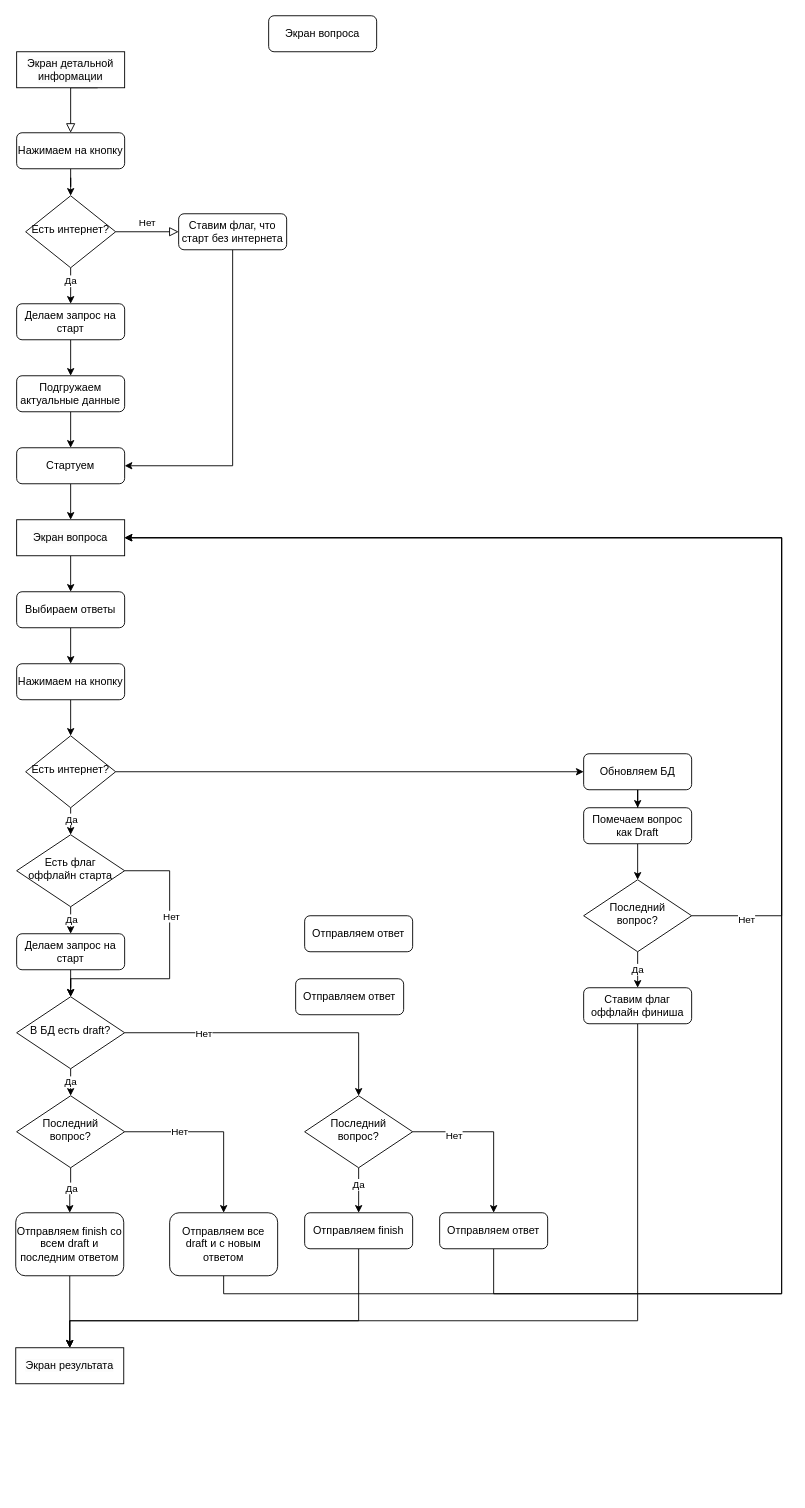
This is Диаграмма без названия.drawio from battisq/offline_flow, a draw.io file, before an edit. Source tidied: cells renumbered, new cells numbered last; positions are measured from the earlier drawing's top-left corner, leaving out a move shared by most shapes. Both pictures are drawn from the tidied source at 90%, with x=0, y=0 at pixel (15, 15).
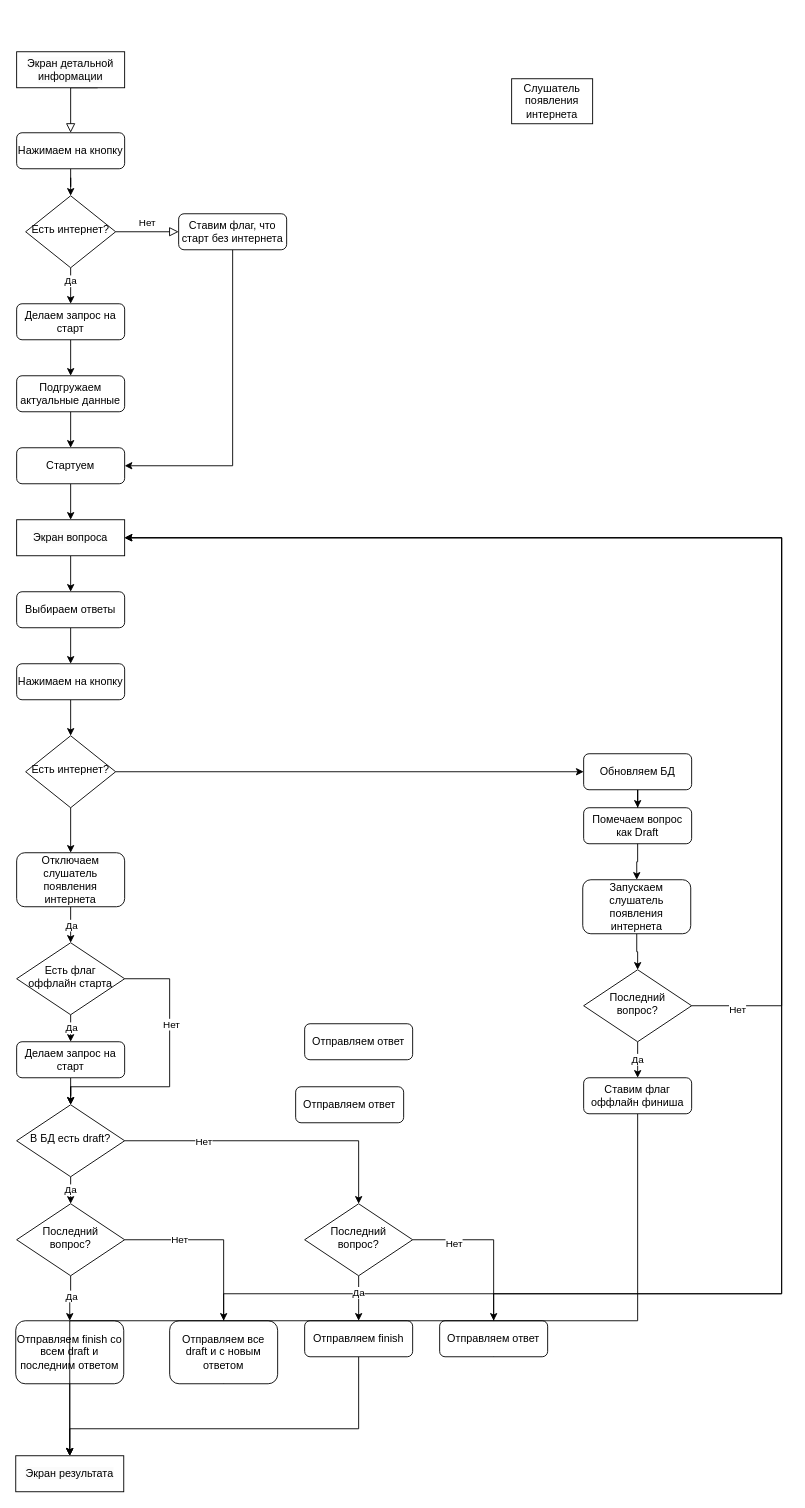
After the change.

Unchanged cells that the change refers to:
```xml
<mxCell id="16" value="&lt;span style=&quot;color: rgb(0, 0, 0); font-family: Helvetica; font-size: 12px; font-style: normal; font-variant-ligatures: normal; font-variant-caps: normal; font-weight: 400; letter-spacing: normal; orphans: 2; text-align: center; text-indent: 0px; text-transform: none; widows: 2; word-spacing: 0px; -webkit-text-stroke-width: 0px; background-color: rgb(251, 251, 251); text-decoration-thickness: initial; text-decoration-style: initial; text-decoration-color: initial; float: none; display: inline !important;&quot;&gt;Экран вопроса&lt;/span&gt;" style="rounded=0;whiteSpace=wrap;html=1;" parent="1" vertex="1">
  <mxGeometry x="1" y="560" width="120" height="40" as="geometry" />
</mxCell>
<mxCell id="28" value="Есть интернет?" style="rhombus;whiteSpace=wrap;html=1;shadow=0;fontFamily=Helvetica;fontSize=12;align=center;strokeWidth=1;spacing=6;spacingTop=-4;" parent="1" vertex="1">
  <mxGeometry x="11" y="800" width="100" height="80" as="geometry" />
</mxCell>
<mxCell id="33" value="Помечаем вопрос как Draft" style="rounded=1;whiteSpace=wrap;html=1;fontSize=12;glass=0;strokeWidth=1;shadow=0;" parent="1" vertex="1">
  <mxGeometry x="631" y="880" width="120" height="40" as="geometry" />
</mxCell>
```

Diff of the diagram source:
```diff
@@
-    <mxCell id="3" value="Экран вопроса" style="rounded=1;whiteSpace=wrap;html=1;fontSize=12;glass=0;strokeWidth=1;shadow=0;" parent="1" vertex="1">
-      <mxGeometry x="281" width="120" height="40" as="geometry" />
-    </mxCell>
@@
-    <mxCell id="25" style="edgeStyle=orthogonalEdgeStyle;rounded=0;jettySize=auto;html=1;" parent="1" edge="1" source="28" target="41">
+    <mxCell id="25" style="edgeStyle=orthogonalEdgeStyle;rounded=0;jettySize=auto;html=1;" parent="1" edge="1" source="77" target="41">
       <mxGeometry relative="1" as="geometry" />
     </mxCell>
     <mxCell id="26" value="Да" style="edgeLabel;html=1;align=center;verticalAlign=middle;" parent="25" vertex="1">
       <mxGeometry x="0.28" y="-4" relative="1" as="geometry">
-        <mxPoint x="4" as="offset" />
+        <mxPoint x="4" y="-6" as="offset" />
       </mxGeometry>
     </mxCell>
@@
     <mxCell id="29" value="Отправляем ответ" style="rounded=1;whiteSpace=wrap;html=1;fontSize=12;glass=0;strokeWidth=1;shadow=0;" parent="1" vertex="1">
-      <mxGeometry x="311" y="1070" width="120" height="40" as="geometry" />
+      <mxGeometry x="311" y="1190" width="120" height="40" as="geometry" />
     </mxCell>
@@
-    <mxCell id="32" style="edgeStyle=orthogonalEdgeStyle;rounded=0;jettySize=auto;html=1;" parent="1" edge="1" source="33" target="69">
+    <mxCell id="32" style="edgeStyle=orthogonalEdgeStyle;rounded=0;jettySize=auto;html=1;" parent="1" edge="1" source="74" target="69">
       <mxGeometry relative="1" as="geometry" />
     </mxCell>
@@
     <mxCell id="36" value="Отправляем ответ" style="rounded=1;whiteSpace=wrap;html=1;fontSize=12;glass=0;strokeWidth=1;shadow=0;" parent="1" vertex="1">
-      <mxGeometry x="321" y="1000" width="120" height="40" as="geometry" />
+      <mxGeometry x="321" y="1120" width="120" height="40" as="geometry" />
     </mxCell>
@@
     <mxCell id="39" style="edgeStyle=orthogonalEdgeStyle;rounded=0;jettySize=auto;html=1;exitX=1;exitY=0.5;exitDx=0;exitDy=0;entryX=0.5;entryY=0;entryDx=0;entryDy=0;" parent="1" edge="1" source="41" target="47">
       <mxGeometry relative="1" as="geometry">
         <Array as="points">
-          <mxPoint x="171" y="950" />
           <mxPoint x="171" y="1070" />
-          <mxPoint x="61" y="1070" />
+          <mxPoint x="171" y="1190" />
+          <mxPoint x="61" y="1190" />
         </Array>
       </mxGeometry>
     </mxCell>
@@
     <mxCell id="41" value="Есть флаг оффлайн старта" style="rhombus;whiteSpace=wrap;html=1;shadow=0;fontFamily=Helvetica;fontSize=12;align=center;strokeWidth=1;spacing=6;spacingTop=-4;" parent="1" vertex="1">
-      <mxGeometry x="1" y="910" width="120" height="80" as="geometry" />
+      <mxGeometry x="1" y="1030" width="120" height="80" as="geometry" />
     </mxCell>
@@
     <mxCell id="43" value="Делаем запрос на старт" style="rounded=1;whiteSpace=wrap;html=1;fontSize=12;glass=0;strokeWidth=1;shadow=0;" parent="1" vertex="1">
-      <mxGeometry x="1" y="1020" width="120" height="40" as="geometry" />
+      <mxGeometry x="1" y="1140" width="120" height="40" as="geometry" />
     </mxCell>
@@
     <mxCell id="47" value="В БД есть draft?" style="rhombus;whiteSpace=wrap;html=1;shadow=0;fontFamily=Helvetica;fontSize=12;align=center;strokeWidth=1;spacing=6;spacingTop=-4;" parent="1" vertex="1">
-      <mxGeometry x="1" y="1090" width="120" height="80" as="geometry" />
+      <mxGeometry x="1" y="1210" width="120" height="80" as="geometry" />
     </mxCell>
@@
     <mxCell id="52" value="Последний вопрос?" style="rhombus;whiteSpace=wrap;html=1;shadow=0;fontFamily=Helvetica;fontSize=12;align=center;strokeWidth=1;spacing=6;spacingTop=-4;" parent="1" vertex="1">
-      <mxGeometry x="1" y="1200" width="120" height="80" as="geometry" />
+      <mxGeometry x="1" y="1320" width="120" height="80" as="geometry" />
     </mxCell>
@@
     <mxCell id="54" value="Отправляем finish со всем draft и последним ответом" style="rounded=1;whiteSpace=wrap;html=1;fontSize=12;glass=0;strokeWidth=1;shadow=0;" parent="1" vertex="1">
-      <mxGeometry y="1330" width="120" height="70" as="geometry" />
+      <mxGeometry y="1450" width="120" height="70" as="geometry" />
     </mxCell>
@@
     <mxCell id="56" value="Отправляем все draft и с новым ответом" style="rounded=1;whiteSpace=wrap;html=1;fontSize=12;glass=0;strokeWidth=1;shadow=0;" parent="1" vertex="1">
-      <mxGeometry x="171" y="1330" width="120" height="70" as="geometry" />
+      <mxGeometry x="171" y="1450" width="120" height="70" as="geometry" />
     </mxCell>
@@
     <mxCell id="58" value="Отправляем ответ" style="rounded=1;whiteSpace=wrap;html=1;fontSize=12;glass=0;strokeWidth=1;shadow=0;" parent="1" vertex="1">
-      <mxGeometry x="471" y="1330" width="120" height="40" as="geometry" />
+      <mxGeometry x="471" y="1450" width="120" height="40" as="geometry" />
     </mxCell>
@@
     <mxCell id="63" value="Последний вопрос?" style="rhombus;whiteSpace=wrap;html=1;shadow=0;fontFamily=Helvetica;fontSize=12;align=center;strokeWidth=1;spacing=6;spacingTop=-4;" parent="1" vertex="1">
-      <mxGeometry x="321" y="1200" width="120" height="80" as="geometry" />
+      <mxGeometry x="321" y="1320" width="120" height="80" as="geometry" />
     </mxCell>
     <mxCell id="64" style="edgeStyle=orthogonalEdgeStyle;rounded=0;jettySize=auto;html=1;exitX=0.5;exitY=1;exitDx=0;exitDy=0;entryX=0.5;entryY=0;entryDx=0;entryDy=0;" parent="1" edge="1" source="65" target="72">
       <mxGeometry relative="1" as="geometry">
         <Array as="points">
-          <mxPoint x="381" y="1450" />
-          <mxPoint x="60" y="1450" />
+          <mxPoint x="381" y="1570" />
+          <mxPoint x="60" y="1570" />
         </Array>
       </mxGeometry>
     </mxCell>
     <mxCell id="65" value="Отправляем finish" style="rounded=1;whiteSpace=wrap;html=1;fontSize=12;glass=0;strokeWidth=1;shadow=0;" parent="1" vertex="1">
-      <mxGeometry x="321" y="1330" width="120" height="40" as="geometry" />
+      <mxGeometry x="321" y="1450" width="120" height="40" as="geometry" />
     </mxCell>
     <mxCell id="66" style="edgeStyle=orthogonalEdgeStyle;rounded=0;jettySize=auto;html=1;exitX=1;exitY=0.5;exitDx=0;exitDy=0;entryX=1;entryY=0.5;entryDx=0;entryDy=0;" parent="1" edge="1" source="69" target="16">
       <mxGeometry relative="1" as="geometry">
         <Array as="points">
-          <mxPoint x="851" y="1000" />
+          <mxPoint x="851" y="1100" />
           <mxPoint x="851" y="580" />
         </Array>
       </mxGeometry>
     </mxCell>
     <mxCell id="67" value="Нет" style="edgeLabel;html=1;align=center;verticalAlign=middle;" parent="66" vertex="1">
       <mxGeometry x="-0.53" y="-5" relative="1" as="geometry">
-        <mxPoint x="-45" y="197" as="offset" />
+        <mxPoint x="-55" y="220" as="offset" />
       </mxGeometry>
     </mxCell>
@@
     <mxCell id="69" value="Последний вопрос?" style="rhombus;whiteSpace=wrap;html=1;shadow=0;fontFamily=Helvetica;fontSize=12;align=center;strokeWidth=1;spacing=6;spacingTop=-4;" parent="1" vertex="1">
-      <mxGeometry x="631" y="960" width="120" height="80" as="geometry" />
+      <mxGeometry x="631" y="1060" width="120" height="80" as="geometry" />
     </mxCell>
@@
     <mxCell id="71" value="Ставим флаг оффлайн финиша" style="rounded=1;whiteSpace=wrap;html=1;fontSize=12;glass=0;strokeWidth=1;shadow=0;" parent="1" vertex="1">
-      <mxGeometry x="631" y="1080" width="120" height="40" as="geometry" />
+      <mxGeometry x="631" y="1180" width="120" height="40" as="geometry" />
     </mxCell>
     <mxCell id="72" value="&lt;span style=&quot;color: rgb(0, 0, 0); font-family: Helvetica; font-size: 12px; font-style: normal; font-variant-ligatures: normal; font-variant-caps: normal; font-weight: 400; letter-spacing: normal; orphans: 2; text-align: center; text-indent: 0px; text-transform: none; widows: 2; word-spacing: 0px; -webkit-text-stroke-width: 0px; background-color: rgb(251, 251, 251); text-decoration-thickness: initial; text-decoration-style: initial; text-decoration-color: initial; float: none; display: inline !important;&quot;&gt;Экран результата&lt;/span&gt;" style="rounded=0;whiteSpace=wrap;html=1;" parent="1" vertex="1">
-      <mxGeometry y="1480" width="120" height="40" as="geometry" />
+      <mxGeometry y="1600" width="120" height="40" as="geometry" />
     </mxCell>
+    <mxCell id="73" style="edgeStyle=orthogonalEdgeStyle;rounded=0;jettySize=auto;html=1;" parent="1" edge="1" source="33" target="74">
+      <mxGeometry relative="1" as="geometry" />
+    </mxCell>
+    <mxCell id="74" value="Запускаем слушатель появления интернета" style="rounded=1;whiteSpace=wrap;html=1;fontSize=12;glass=0;strokeWidth=1;shadow=0;" parent="1" vertex="1">
+      <mxGeometry x="630" y="960" width="120" height="60" as="geometry" />
+    </mxCell>
+    <mxCell id="75" value="Слушатель появления интернета" style="rounded=0;whiteSpace=wrap;html=1;" parent="1" vertex="1">
+      <mxGeometry x="551" y="70" width="90" height="50" as="geometry" />
+    </mxCell>
+    <mxCell id="76" style="edgeStyle=orthogonalEdgeStyle;rounded=0;jettySize=auto;html=1;" parent="1" edge="1" source="28" target="77">
+      <mxGeometry relative="1" as="geometry" />
+    </mxCell>
+    <mxCell id="77" value="Отключаем слушатель появления интернета" style="rounded=1;whiteSpace=wrap;html=1;fontSize=12;glass=0;strokeWidth=1;shadow=0;" parent="1" vertex="1">
+      <mxGeometry x="1" y="930" width="120" height="60" as="geometry" />
+    </mxCell>
```
